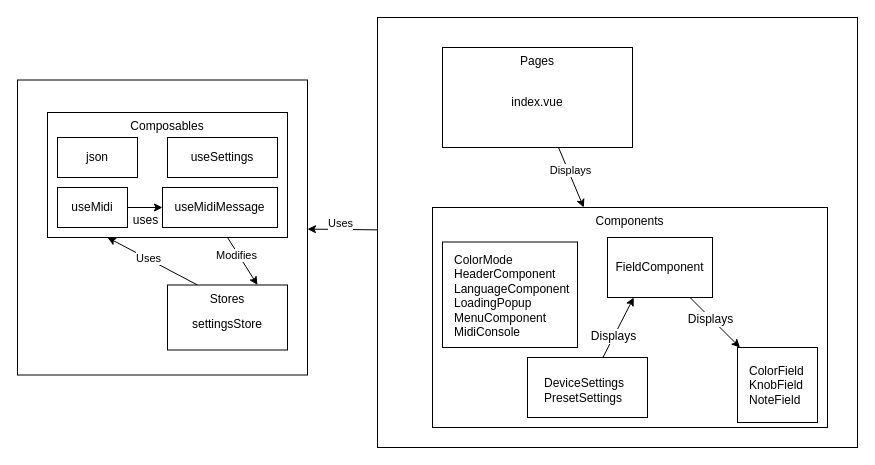
Earlier version of the draw.io diagram drawio/minilab3nuxt.drawio (ThomasColin1/rapport_pfe). Source tidied: cells renumbered, new cells numbered last; positions are measured from the earlier drawing's top-left corner, leaving out a move shared by most shapes. Both pictures are drawn from the tidied source at 100%, with x=0, y=0 at pixel (17, 17).
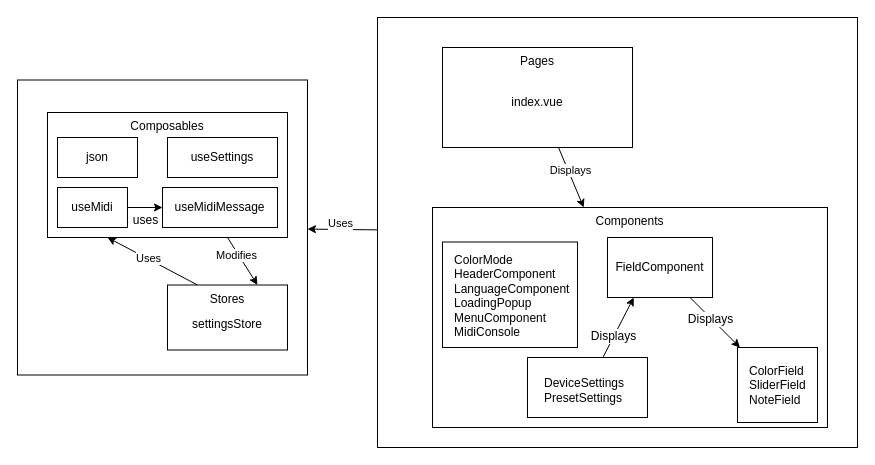
After the change.

What changed in the source:
```diff
@@
-    <mxCell id="19" value="ColorField&lt;br style=&quot;font-size: 12px;&quot;&gt;KnobField&lt;br style=&quot;font-size: 12px;&quot;&gt;NoteField" style="text;strokeColor=none;align=left;fillColor=none;html=1;verticalAlign=top;whiteSpace=wrap;rounded=0;spacingTop=0;fontSize=12;spacing=2;strokeWidth=1;" parent="1" vertex="1">
+    <mxCell id="19" value="ColorField&lt;br style=&quot;font-size: 12px;&quot;&gt;SliderField&lt;br style=&quot;font-size: 12px;&quot;&gt;NoteField" style="text;strokeColor=none;align=left;fillColor=none;html=1;verticalAlign=top;whiteSpace=wrap;rounded=0;spacingTop=0;fontSize=12;spacing=2;strokeWidth=1;" parent="1" vertex="1">
       <mxGeometry x="730" y="340" width="60" height="60" as="geometry" />
     </mxCell>
```
